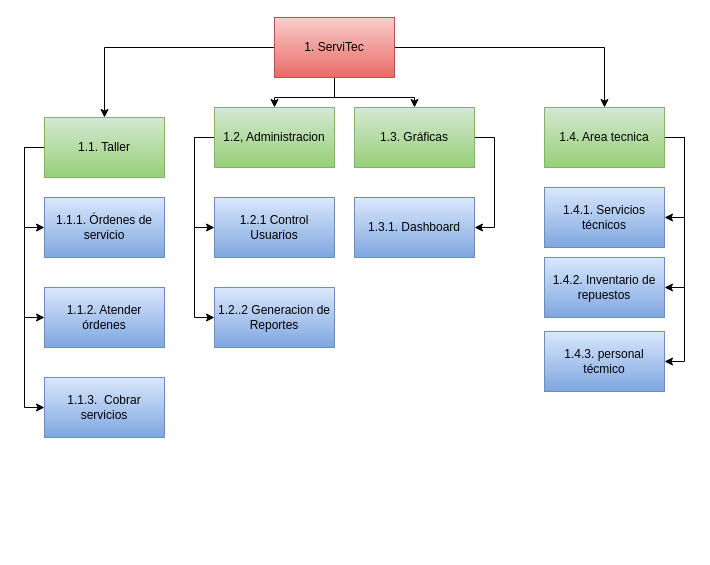
This is page "descomposicion-funcional" (1 of 13) of documentacion/diagramas.drawio from JaasielGuerra/ServiTec, a draw.io file, before an edit. Source tidied: cells renumbered, new cells numbered last; positions are measured from the earlier drawing's top-left corner, leaving out a move shared by most shapes. Both pictures are drawn from the tidied source at 100%, with x=0, y=0 at pixel (24, 17).
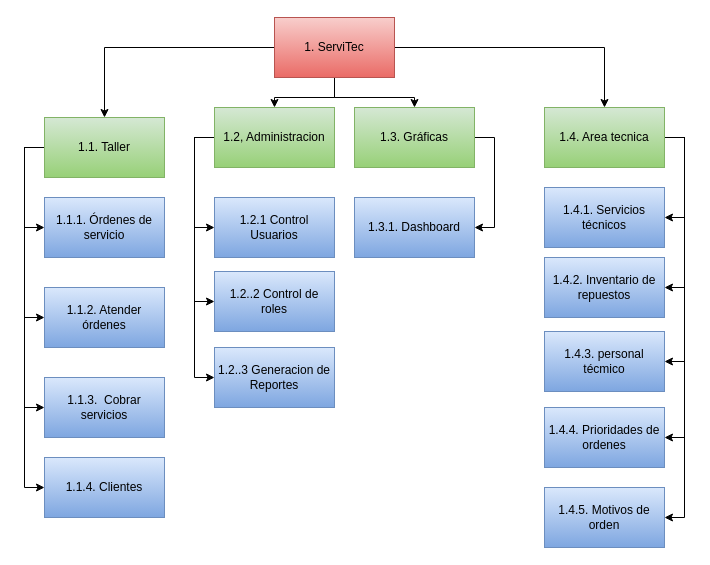
The same page after the edit.

The change refers to these unchanged cells:
```xml
<mxCell id="13" value="1.1. Taller" style="rounded=0;whiteSpace=wrap;html=1;fillColor=#d5e8d4;strokeColor=#82b366;gradientColor=#97d077;" parent="1" vertex="1">
  <mxGeometry x="20" y="100" width="120" height="60" as="geometry" />
</mxCell>
<mxCell id="19" value="1.2, Administracion" style="rounded=0;whiteSpace=wrap;html=1;fillColor=#d5e8d4;strokeColor=#82b366;gradientColor=#97d077;" parent="1" vertex="1">
  <mxGeometry x="190" y="90" width="120" height="60" as="geometry" />
</mxCell>
<mxCell id="22" value="1.4. Area tecnica" style="rounded=0;whiteSpace=wrap;html=1;fillColor=#d5e8d4;strokeColor=#82b366;gradientColor=#97d077;" parent="1" vertex="1">
  <mxGeometry x="520" y="90" width="120" height="60" as="geometry" />
</mxCell>
```

What changed in the source:
```diff
@@
+    <mxCell id="29" style="edgeStyle=orthogonalEdgeStyle;rounded=0;jettySize=auto;html=1;entryX=0;entryY=0.5;entryDx=0;entryDy=0;" parent="1" edge="1" source="13" target="33">
+      <mxGeometry relative="1" as="geometry">
+        <Array as="points">
+          <mxPoint y="130" />
+          <mxPoint y="470" />
+        </Array>
+      </mxGeometry>
+    </mxCell>
@@
+    <mxCell id="30" style="edgeStyle=orthogonalEdgeStyle;rounded=0;jettySize=auto;html=1;entryX=0;entryY=0.5;entryDx=0;entryDy=0;" parent="1" edge="1" source="19" target="36">
+      <mxGeometry relative="1" as="geometry">
+        <Array as="points">
+          <mxPoint x="170" y="120" />
+          <mxPoint x="170" y="284" />
+        </Array>
+      </mxGeometry>
+    </mxCell>
-    <mxCell id="18" style="edgeStyle=orthogonalEdgeStyle;rounded=0;jettySize=auto;html=1;" parent="1" edge="1" source="19" target="24">
+    <mxCell id="18" style="edgeStyle=orthogonalEdgeStyle;rounded=0;jettySize=auto;html=1;entryX=0;entryY=0.5;entryDx=0;entryDy=0;" parent="1" edge="1" source="19" target="24">
       <mxGeometry relative="1" as="geometry">
         <Array as="points">
           <mxPoint x="170" y="120" />
-          <mxPoint x="170" y="300" />
+          <mxPoint x="170" y="360" />
         </Array>
       </mxGeometry>
     </mxCell>
@@
+    <mxCell id="31" style="edgeStyle=orthogonalEdgeStyle;rounded=0;jettySize=auto;html=1;entryX=1;entryY=0.5;entryDx=0;entryDy=0;" parent="1" edge="1" source="22" target="34">
+      <mxGeometry relative="1" as="geometry">
+        <Array as="points">
+          <mxPoint x="660" y="120" />
+          <mxPoint x="660" y="420" />
+        </Array>
+      </mxGeometry>
+    </mxCell>
+    <mxCell id="32" style="edgeStyle=orthogonalEdgeStyle;rounded=0;jettySize=auto;html=1;entryX=1;entryY=0.5;entryDx=0;entryDy=0;" parent="1" edge="1" source="22" target="35">
+      <mxGeometry relative="1" as="geometry">
+        <Array as="points">
+          <mxPoint x="660" y="120" />
+          <mxPoint x="660" y="500" />
+        </Array>
+      </mxGeometry>
+    </mxCell>
@@
-    <mxCell id="24" value="1.2..2 Generacion de Reportes" style="rounded=0;whiteSpace=wrap;html=1;fillColor=#dae8fc;strokeColor=#6c8ebf;gradientColor=#7ea6e0;" parent="1" vertex="1">
-      <mxGeometry x="190" y="270" width="120" height="60" as="geometry" />
+    <mxCell id="24" value="1.2..3 Generacion de Reportes" style="rounded=0;whiteSpace=wrap;html=1;fillColor=#dae8fc;strokeColor=#6c8ebf;gradientColor=#7ea6e0;" parent="1" vertex="1">
+      <mxGeometry x="190" y="330" width="120" height="60" as="geometry" />
     </mxCell>
@@
+    <mxCell id="33" value="1.1.4. Clientes" style="rounded=0;whiteSpace=wrap;html=1;fillColor=#dae8fc;strokeColor=#6c8ebf;gradientColor=#7ea6e0;" parent="1" vertex="1">
+      <mxGeometry x="20" y="440" width="120" height="60" as="geometry" />
+    </mxCell>
+    <mxCell id="34" value="1.4.4. Prioridades de ordenes" style="rounded=0;whiteSpace=wrap;html=1;gradientColor=#7ea6e0;fillColor=#dae8fc;strokeColor=#6c8ebf;" parent="1" vertex="1">
+      <mxGeometry x="520" y="390" width="120" height="60" as="geometry" />
+    </mxCell>
+    <mxCell id="35" value="1.4.5. Motivos de orden" style="rounded=0;whiteSpace=wrap;html=1;gradientColor=#7ea6e0;fillColor=#dae8fc;strokeColor=#6c8ebf;" parent="1" vertex="1">
+      <mxGeometry x="520" y="470" width="120" height="60" as="geometry" />
+    </mxCell>
+    <mxCell id="36" value="1.2..2 Control de roles" style="rounded=0;whiteSpace=wrap;html=1;fillColor=#dae8fc;strokeColor=#6c8ebf;gradientColor=#7ea6e0;" parent="1" vertex="1">
+      <mxGeometry x="190" y="254" width="120" height="60" as="geometry" />
+    </mxCell>
```
